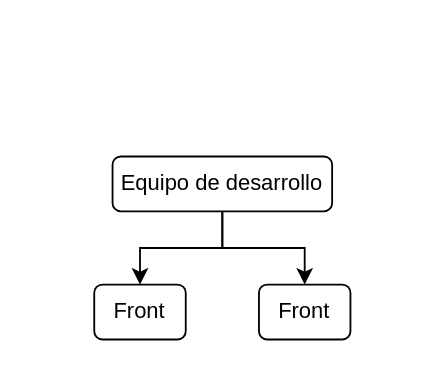
Before: page "Equipo de desarrollo" (3 of 4) of Arquitectura de nuevas capacidades.drawio in santiagovb/Diagramas, a draw.io diagram. Source tidied: cells renumbered, new cells numbered last; positions are measured from the earlier drawing's top-left corner, leaving out a move shared by most shapes. Both pictures are drawn from the tidied source at 183%, with x=0, y=0 at pixel (93, 156).
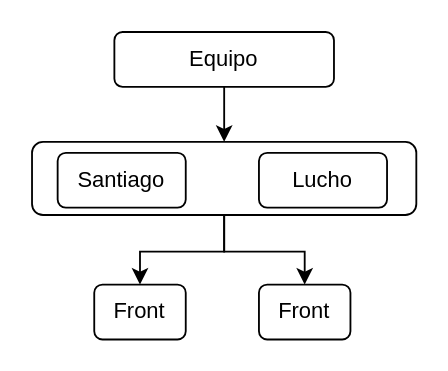
Above is the later version.

What changed in the source:
```diff
@@
 <mxGraphModel>
   <root>
     <mxCell id="0" />
     <mxCell id="1" parent="0" />
-    <mxCell id="2" style="edgeStyle=orthogonalEdgeStyle;rounded=0;jettySize=auto;html=1;" parent="1" edge="1" source="4" target="5">
-      <mxGeometry relative="1" as="geometry" />
-    </mxCell>
-    <mxCell id="3" style="edgeStyle=orthogonalEdgeStyle;rounded=0;jettySize=auto;html=1;exitX=0.5;exitY=1;exitDx=0;exitDy=0;entryX=0.5;entryY=0;entryDx=0;entryDy=0;" parent="1" edge="1" source="4" target="6">
-      <mxGeometry relative="1" as="geometry" />
-    </mxCell>
+    <mxCell id="7" style="edgeStyle=orthogonalEdgeStyle;rounded=0;jettySize=auto;html=1;entryX=0.5;entryY=0;entryDx=0;entryDy=0;" parent="1" edge="1" source="9" target="5">
+      <mxGeometry relative="1" as="geometry" />
+    </mxCell>
+    <mxCell id="8" style="edgeStyle=orthogonalEdgeStyle;rounded=0;jettySize=auto;html=1;" parent="1" edge="1" source="9" target="6">
+      <mxGeometry relative="1" as="geometry" />
+    </mxCell>
+    <mxCell id="9" style="rounded=1;whiteSpace=wrap;html=1;" parent="1" vertex="1">
+      <mxGeometry x="-34" y="-8" width="210" height="40" as="geometry" />
+    </mxCell>
+    <mxCell id="10" value="Santiago" style="rounded=1;whiteSpace=wrap;html=1;align=center;" parent="1" vertex="1">
+      <mxGeometry x="-20" y="-2" width="70" height="30" as="geometry" />
+    </mxCell>
+    <mxCell id="11" style="edgeStyle=orthogonalEdgeStyle;rounded=0;jettySize=auto;html=1;" parent="1" edge="1" source="4" target="9">
+      <mxGeometry relative="1" as="geometry" />
+    </mxCell>
-    <mxCell id="4" value="Equipo de desarrollo" style="whiteSpace=wrap;html=1;rounded=1;" parent="1" vertex="1">
-      <mxGeometry x="10" width="120" height="30" as="geometry" />
+    <mxCell id="4" value="Equipo" style="whiteSpace=wrap;html=1;rounded=1;" parent="1" vertex="1">
+      <mxGeometry x="11" y="-68" width="120" height="30" as="geometry" />
     </mxCell>
     <mxCell id="5" value="Front" style="whiteSpace=wrap;html=1;rounded=1;" parent="1" vertex="1">
       <mxGeometry y="70" width="50" height="30" as="geometry" />
     </mxCell>
     <mxCell id="6" value="Front" style="whiteSpace=wrap;html=1;rounded=1;" parent="1" vertex="1">
       <mxGeometry x="90" y="70" width="50" height="30" as="geometry" />
     </mxCell>
+    <mxCell id="12" value="Lucho" style="rounded=1;whiteSpace=wrap;html=1;align=center;" parent="1" vertex="1">
+      <mxGeometry x="90" y="-2" width="70" height="30" as="geometry" />
+    </mxCell>
   </root>
 </mxGraphModel>
```
